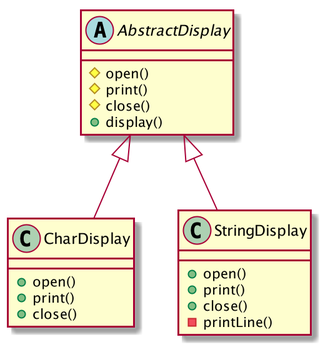
jsyang-dev/jsyang-dev.github.io keeps this PlantUML diagram as assets/post/designpattern/TemplateMethodExample.png. Above is the earlier version. Its diagram source:
```plantuml
@startuml

abstract class AbstractDisplay {
    #open()
    #print()
    #close()
    +display()
}
class CharDisplay {
    +open()
    +print()
    +close()
}
class StringDisplay {
    +open()
    +print()
    +close()
    -printLine()
}

AbstractDisplay <|--CharDisplay
AbstractDisplay <|--StringDisplay

@enduml
```
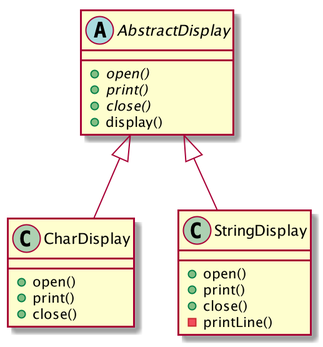
Later version of the same file.

Change to the diagram source:
```diff
@@ -1,9 +1,9 @@
 @startuml
 
 abstract class AbstractDisplay {
-    #open()
-    #print()
-    #close()
+    +{abstract} open()
+    +{abstract} print()
+    +{abstract} close()
     +display()
 }
 class CharDisplay {
@@ -18,7 +18,7 @@
     -printLine()
 }
 
-AbstractDisplay <|--CharDisplay
-AbstractDisplay <|--StringDisplay
+AbstractDisplay <|-- CharDisplay
+AbstractDisplay <|-- StringDisplay
 
 @enduml
```
